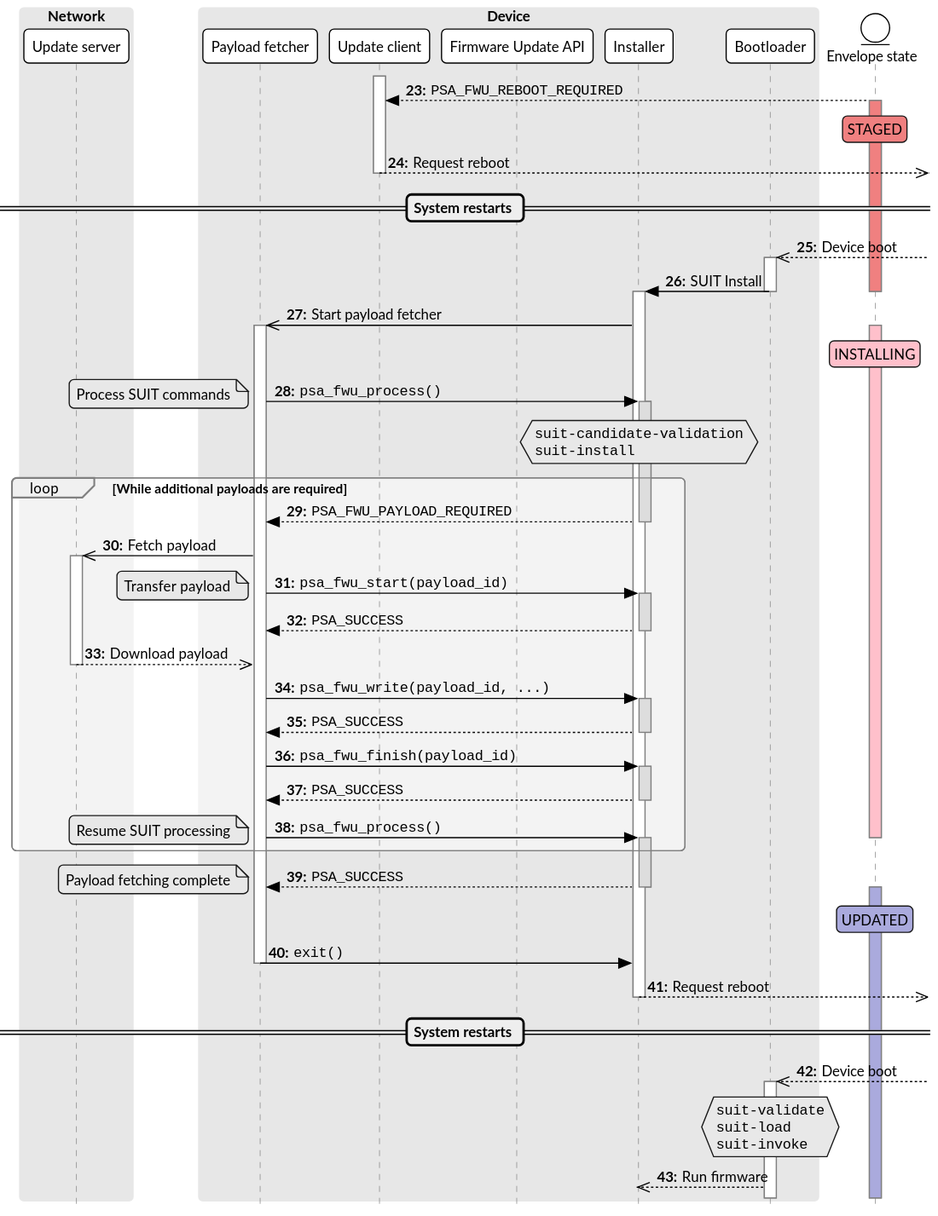
Before: design/rfc-01-fwu-suit/installer-sequence.svg, a diagram exported from PlantUML (ARM-software/psa-api). Its source is kept beside it as design/rfc-01-fwu-suit/installer-sequence.puml.
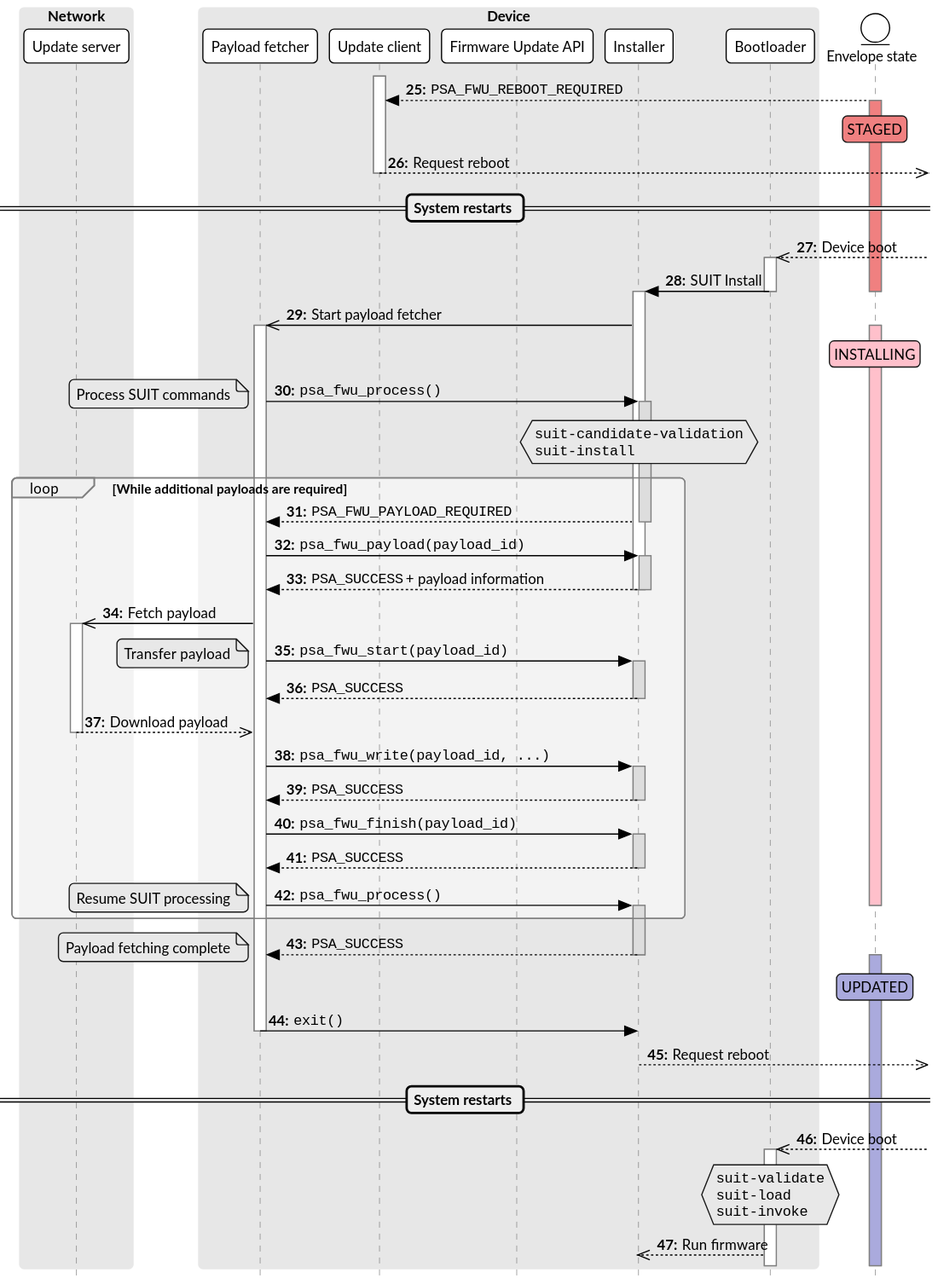
Later version of the same file.

Change to the diagram source:
```diff
@@ -15,7 +15,7 @@
 end box
 entity "Envelope state" as envelope
 
-autonumber 23 "<b>#:"
+autonumber 25 "<b>#:"
 activate client
 
 client <-- envelope : ""PSA_FWU_REBOOT_REQUIRED""
@@ -44,6 +44,11 @@
 
 loop While additional payloads are required
     return ""PSA_FWU_PAYLOAD_REQUIRED""
+
+    fetcher -> installer: ""psa_fwu_payload(payload_id)""
+    activate installer #ddd
+    return ""PSA_SUCCESS"" + payload information
+    deactivate installer
 
     server <<- fetcher ++ : Fetch payload
     fetcher -> installer: ""psa_fwu_start(payload_id)""
```
